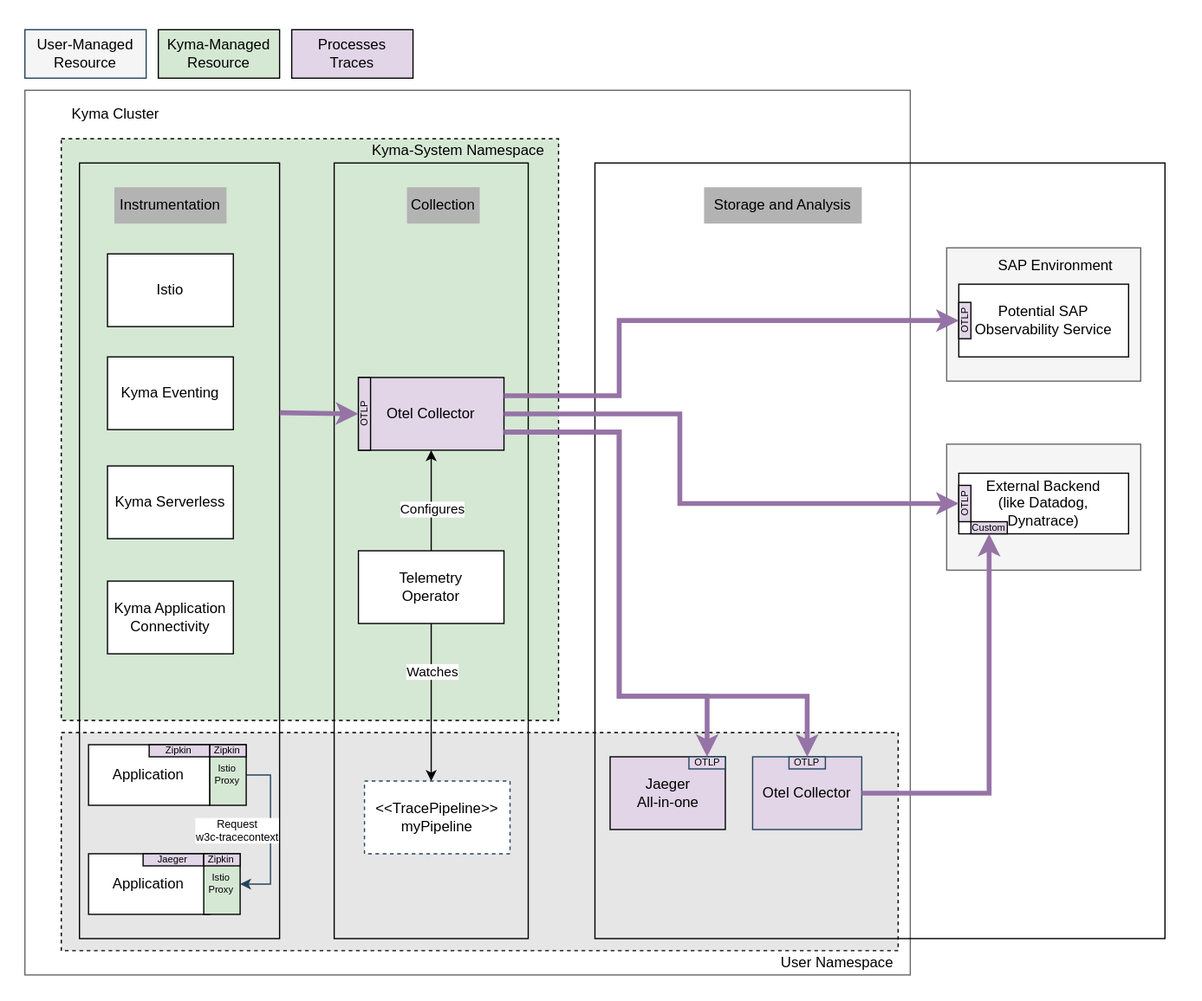
Above: concepts/observability-strategy/configurable-tracing/assets/tracing-future.drawio.svg in kyma-project/community (draw.io), before the change. Source tidied: cells renumbered, new cells last; positions are measured from the earlier drawing's top-left corner, leaving out a move shared by most shapes.
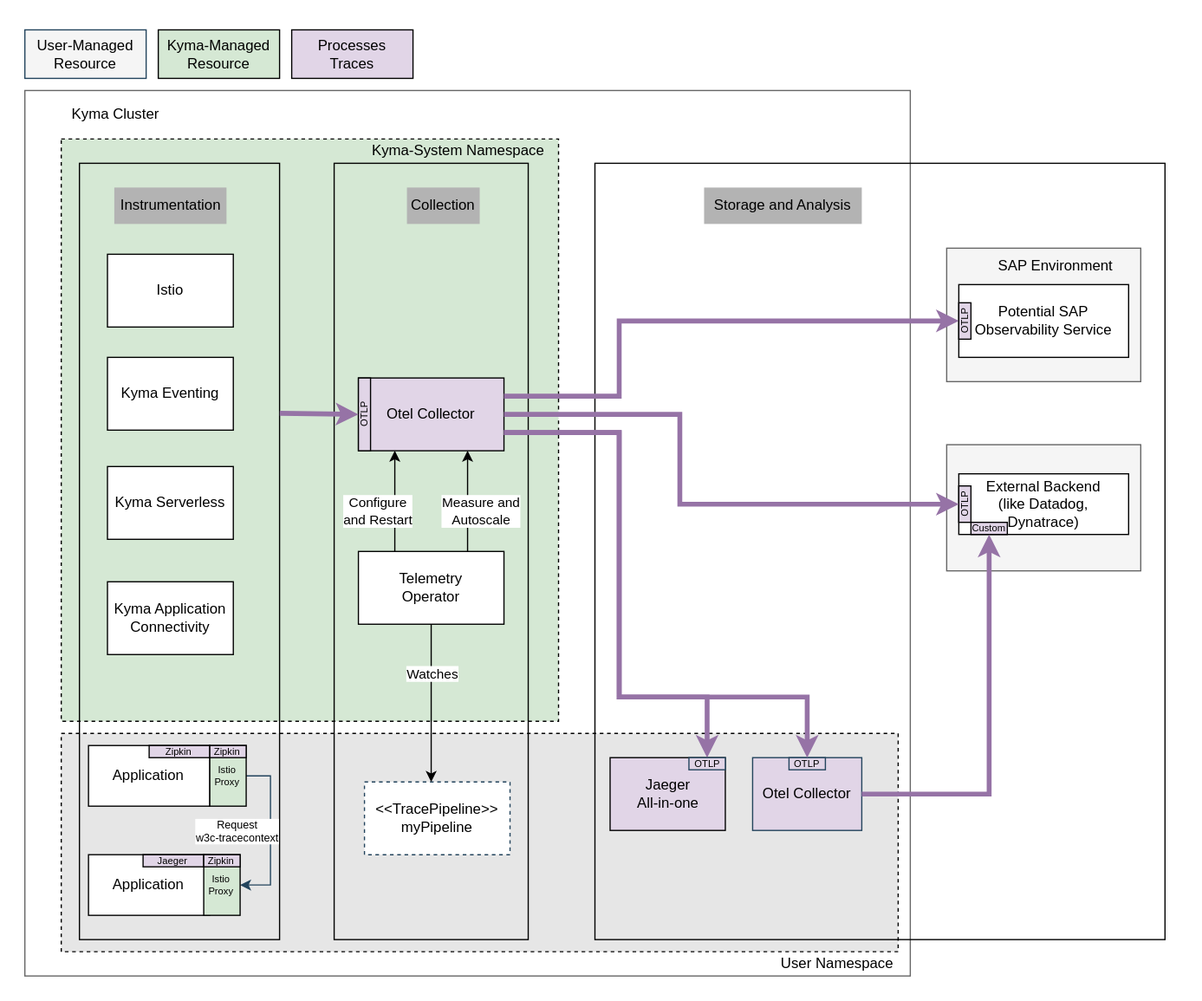
Later version of the same file.

What changed in the source:
```diff
@@ -47,12 +47,12 @@
     <mxCell id="16" value="OTLP" style="rounded=0;whiteSpace=wrap;html=1;fontSize=8;fillColor=#E1D5E7;strokeColor=#000000;rotation=-90;" parent="1" vertex="1">
       <mxGeometry x="270" y="336" width="60" height="10" as="geometry" />
     </mxCell>
-    <mxCell id="17" style="edgeStyle=orthogonalEdgeStyle;html=1;exitX=0.5;exitY=0;exitDx=0;exitDy=0;entryX=0.5;entryY=1;entryDx=0;entryDy=0;rounded=0;" parent="1" edge="1" source="34" target="15">
+    <mxCell id="17" style="edgeStyle=orthogonalEdgeStyle;html=1;exitX=0.25;exitY=0;exitDx=0;exitDy=0;entryX=0.25;entryY=1;entryDx=0;entryDy=0;rounded=0;" parent="1" edge="1" source="34" target="15">
       <mxGeometry relative="1" as="geometry" />
     </mxCell>
-    <mxCell id="18" value="Configures" style="edgeLabel;html=1;align=center;verticalAlign=middle;" parent="17" vertex="1">
+    <mxCell id="18" value="Configure&lt;br&gt;and Restart" style="edgeLabel;html=1;align=center;verticalAlign=middle;" parent="17" vertex="1">
       <mxGeometry x="0.35" y="2" relative="1" as="geometry">
-        <mxPoint x="2" y="22" as="offset" />
+        <mxPoint x="-13" y="22" as="offset" />
       </mxGeometry>
     </mxCell>
     <mxCell id="19" value="Kyma Eventing" style="rounded=0;whiteSpace=wrap;html=1;fillColor=#FFFFFF;strokeColor=#000000;fontColor=#000000;" parent="1" vertex="1">
@@ -206,5 +206,13 @@
     <mxCell id="57" value="&lt;span&gt;Storage and Analysis&lt;/span&gt;" style="text;html=1;strokeColor=none;fillColor=#B3B3B3;align=center;verticalAlign=middle;whiteSpace=wrap;rounded=0;" parent="1" vertex="1">
       <mxGeometry x="580" y="154" width="130" height="30" as="geometry" />
     </mxCell>
+    <mxCell id="58" style="edgeStyle=orthogonalEdgeStyle;html=1;exitX=0.75;exitY=0;exitDx=0;exitDy=0;entryX=0.75;entryY=1;entryDx=0;entryDy=0;rounded=0;" parent="1" edge="1" source="34" target="15">
+      <mxGeometry relative="1" as="geometry" />
+    </mxCell>
+    <mxCell id="59" value="Measure and&lt;br&gt;Autoscale" style="edgeLabel;html=1;align=center;verticalAlign=middle;" parent="58" vertex="1">
+      <mxGeometry x="0.35" y="2" relative="1" as="geometry">
+        <mxPoint x="12" y="22" as="offset" />
+      </mxGeometry>
+    </mxCell>
   </root>
 </mxGraphModel>
```
